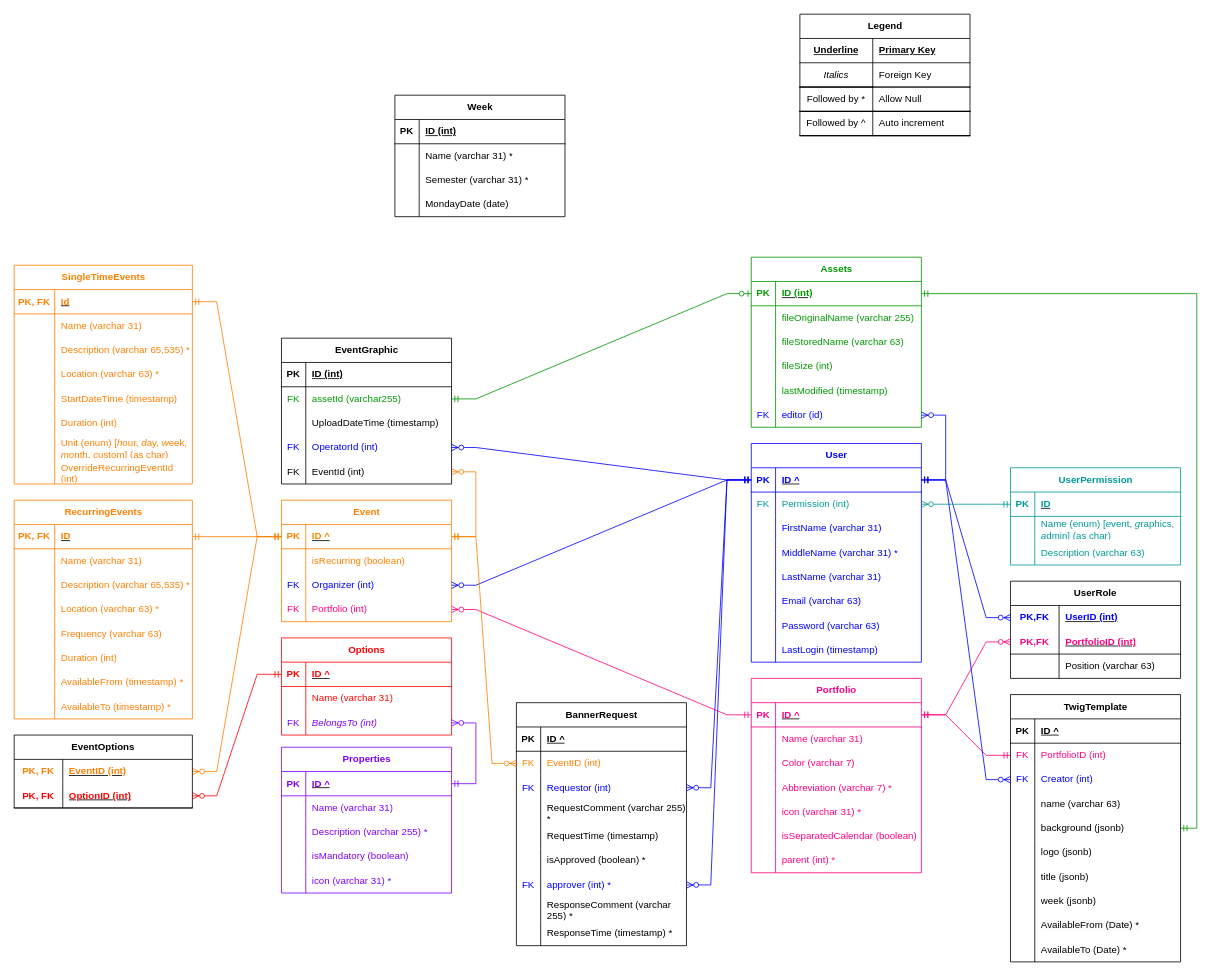
Above: design/eTWIG.ER.drawio in stewebb/eTWIG (draw.io), before the change. Source tidied: cells renumbered, new cells numbered last; positions are measured from the earlier drawing's top-left corner, leaving out a move shared by most shapes. Both pictures are drawn from the tidied source at 81%, with x=0, y=0 at pixel (14, 14).
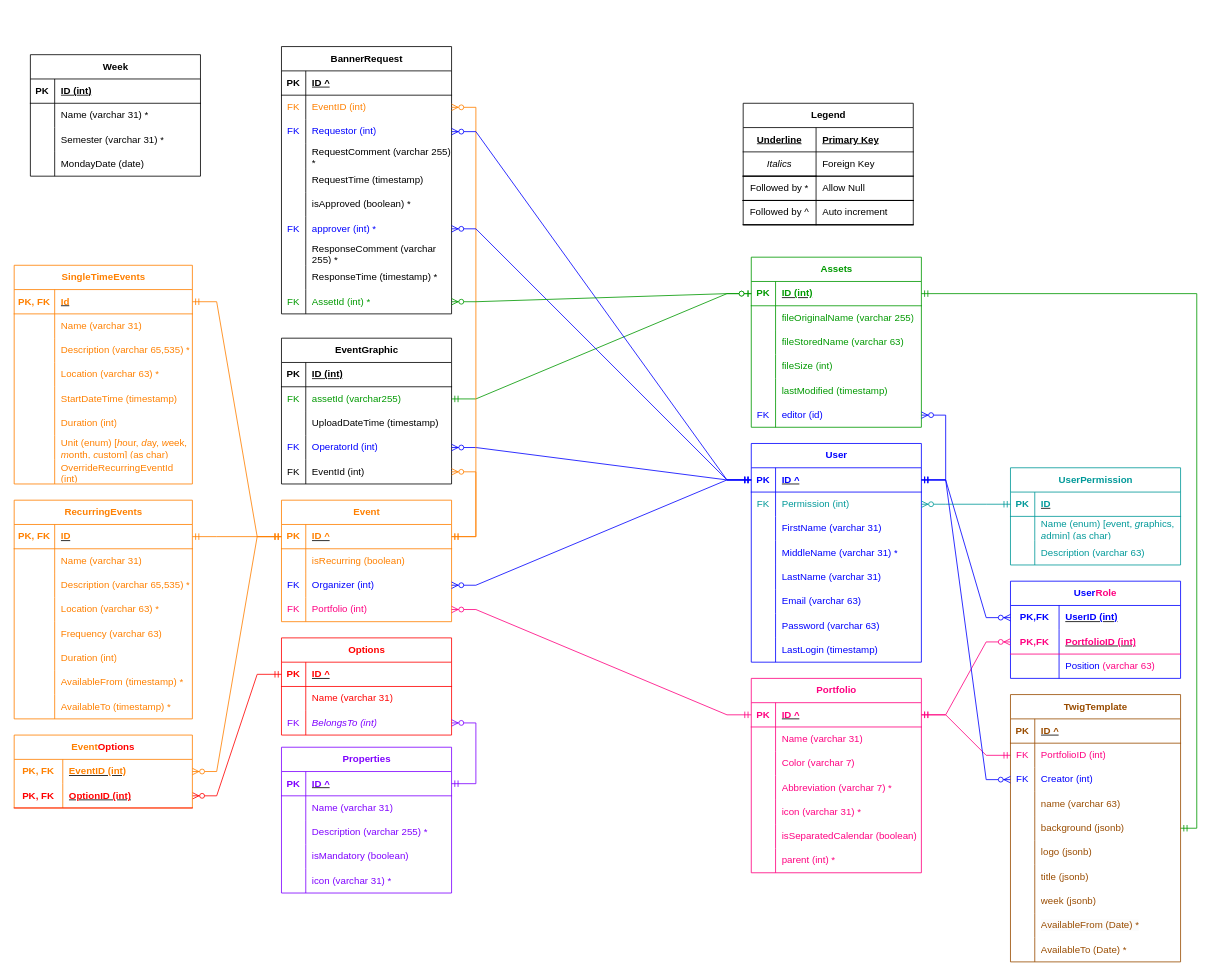
Above is the later version.

Commit message (it also covers changes not shown here):
event info on banner request page

Unchanged cells that the change refers to:
```xml
<mxCell id="172" style="shape=tableRow;horizontal=0;startSize=0;swimlaneHead=0;swimlaneBody=0;fillColor=none;points=[[0,0.5],[1,0.5]];portConstraint=eastwest;top=0;left=0;right=0;bottom=1;strokeColor=#FF8000;" parent="171" vertex="1">
  <mxGeometry y="30" width="210" height="30" as="geometry" />
</mxCell>
<mxCell id="220" style="shape=tableRow;horizontal=0;startSize=0;swimlaneHead=0;swimlaneBody=0;fillColor=none;points=[[0,0.5],[1,0.5]];portConstraint=eastwest;top=0;left=0;right=0;bottom=1;strokeColor=#009900;" parent="219" vertex="1">
  <mxGeometry y="30" width="210" height="30" as="geometry" />
</mxCell>
<mxCell id="246" style="shape=tableRow;horizontal=0;startSize=0;swimlaneHead=0;swimlaneBody=0;fillColor=none;points=[[0,0.5],[1,0.5]];portConstraint=eastwest;top=0;left=0;right=0;bottom=0;" parent="242" vertex="1">
  <mxGeometry y="60" width="210" height="30" as="geometry" />
</mxCell>
<mxCell id="252" style="shape=tableRow;horizontal=0;startSize=0;swimlaneHead=0;swimlaneBody=0;fillColor=none;top=0;left=0;right=0;bottom=0;" parent="242" vertex="1">
  <mxGeometry y="120" width="210" height="30" as="geometry" />
</mxCell>
<mxCell id="255" style="shape=tableRow;horizontal=0;startSize=0;swimlaneHead=0;swimlaneBody=0;fillColor=none;points=[[0,0.5],[1,0.5]];portConstraint=eastwest;top=0;left=0;right=0;bottom=0;" parent="242" vertex="1">
  <mxGeometry y="150" width="210" height="30" as="geometry" />
</mxCell>
<mxCell id="258" style="shape=tableRow;horizontal=0;startSize=0;swimlaneHead=0;swimlaneBody=0;fillColor=none;top=0;left=0;right=0;bottom=0;" parent="242" vertex="1">
  <mxGeometry y="180" width="210" height="30" as="geometry" />
</mxCell>
<mxCell id="261" style="shape=tableRow;horizontal=0;startSize=0;swimlaneHead=0;swimlaneBody=0;fillColor=none;top=0;left=0;right=0;bottom=0;" parent="242" vertex="1">
  <mxGeometry y="210" width="210" height="30" as="geometry" />
</mxCell>
<mxCell id="264" style="shape=tableRow;horizontal=0;startSize=0;swimlaneHead=0;swimlaneBody=0;fillColor=none;top=0;left=0;right=0;bottom=0;" parent="242" vertex="1">
  <mxGeometry y="240" width="210" height="30" as="geometry" />
</mxCell>
<mxCell id="267" style="shape=tableRow;horizontal=0;startSize=0;swimlaneHead=0;swimlaneBody=0;fillColor=none;top=0;left=0;right=0;bottom=0;" parent="242" vertex="1">
  <mxGeometry y="270" width="210" height="30" as="geometry" />
</mxCell>
<mxCell id="270" style="shape=tableRow;horizontal=0;startSize=0;swimlaneHead=0;swimlaneBody=0;fillColor=none;top=0;left=0;right=0;bottom=0;" parent="242" vertex="1">
  <mxGeometry y="300" width="210" height="30" as="geometry" />
</mxCell>
<mxCell id="278" style="shape=tableRow;horizontal=0;startSize=0;swimlaneHead=0;swimlaneBody=0;fillColor=none;points=[[0,0.5],[1,0.5]];portConstraint=eastwest;top=0;left=0;right=0;bottom=0;" parent="274" vertex="1">
  <mxGeometry y="60" width="210" height="30" as="geometry" />
</mxCell>
```

The edit, as a diff of the source:
```diff
@@
     <mxCell id="2" value="Week" style="shape=table;startSize=30;childLayout=tableLayout;rowLines=0;fontStyle=1;align=center;html=1;" parent="1" vertex="1">
-      <mxGeometry x="470" y="100" width="210" height="150" as="geometry" />
+      <mxGeometry x="20" y="50" width="210" height="150" as="geometry" />
     </mxCell>
@@
     <mxCell id="37" value="Legend" style="shape=table;startSize=30;childLayout=tableLayout;rowLines=0;fontStyle=1;align=center;html=1;swimlaneLine=1;" parent="1" vertex="1">
-      <mxGeometry x="970" width="210" height="150" as="geometry" />
+      <mxGeometry x="900" y="110" width="210" height="150" as="geometry" />
     </mxCell>
@@
-    <mxCell id="163" value="EventOptions" style="shape=table;startSize=30;childLayout=tableLayout;rowLines=0;fontStyle=1;align=center;html=1;whiteSpace=wrap;" parent="1" vertex="1">
+    <mxCell id="163" value="&lt;font color=&quot;#ff8000&quot;&gt;Event&lt;/font&gt;&lt;font color=&quot;#ff0000&quot;&gt;Options&lt;/font&gt;" style="shape=table;startSize=30;childLayout=tableLayout;rowLines=0;fontStyle=1;align=center;html=1;whiteSpace=wrap;strokeColor=#FF8000;" parent="1" vertex="1">
       <mxGeometry y="890" width="220" height="90" as="geometry" />
     </mxCell>
@@
-    <mxCell id="167" style="shape=tableRow;horizontal=0;startSize=0;swimlaneHead=0;swimlaneBody=0;fillColor=none;points=[[0,0.5],[1,0.5]];portConstraint=eastwest;top=0;left=0;right=0;bottom=1;html=1;" parent="163" vertex="1">
+    <mxCell id="167" style="shape=tableRow;horizontal=0;startSize=0;swimlaneHead=0;swimlaneBody=0;fillColor=none;points=[[0,0.5],[1,0.5]];portConstraint=eastwest;top=0;left=0;right=0;bottom=1;html=1;strokeColor=#FF0000;" parent="163" vertex="1">
       <mxGeometry y="60" width="220" height="30" as="geometry" />
     </mxCell>
@@
-    <mxCell id="169" value="&lt;font color=&quot;#ff0000&quot;&gt;OptionID (int)&lt;/font&gt;" style="shape=partialRectangle;fillColor=none;top=0;left=0;bottom=0;right=0;align=left;spacingLeft=6;fontStyle=5;overflow=hidden;html=1;whiteSpace=wrap;" parent="167" vertex="1">
+    <mxCell id="169" value="&lt;font color=&quot;#ff0000&quot;&gt;OptionID (int)&lt;/font&gt;" style="shape=partialRectangle;fillColor=none;top=0;left=0;bottom=0;right=0;align=left;spacingLeft=6;fontStyle=5;overflow=hidden;html=1;whiteSpace=wrap;strokeColor=#FF0000;" parent="167" vertex="1">
       <mxGeometry x="60" width="160" height="30" as="geometry" />
     </mxCell>
@@
-    <mxCell id="188" value="UserRole" style="shape=table;startSize=30;childLayout=tableLayout;rowLines=0;fontStyle=1;align=center;html=1;whiteSpace=wrap;" parent="1" vertex="1">
+    <mxCell id="188" value="&lt;font color=&quot;#0000ff&quot;&gt;User&lt;/font&gt;&lt;font color=&quot;#ff0080&quot;&gt;Role&lt;/font&gt;" style="shape=table;startSize=30;childLayout=tableLayout;rowLines=0;fontStyle=1;align=center;html=1;whiteSpace=wrap;strokeColor=#0000FF;" parent="1" vertex="1">
       <mxGeometry x="1230" y="700" width="210" height="120" as="geometry" />
     </mxCell>
@@
-    <mxCell id="192" style="shape=tableRow;horizontal=0;startSize=0;swimlaneHead=0;swimlaneBody=0;fillColor=none;points=[[0,0.5],[1,0.5]];portConstraint=eastwest;top=0;left=0;right=0;bottom=1;html=1;" parent="188" vertex="1">
+    <mxCell id="192" style="shape=tableRow;horizontal=0;startSize=0;swimlaneHead=0;swimlaneBody=0;fillColor=none;points=[[0,0.5],[1,0.5]];portConstraint=eastwest;top=0;left=0;right=0;bottom=1;html=1;strokeColor=#FF0080;" parent="188" vertex="1">
       <mxGeometry y="60" width="210" height="30" as="geometry" />
     </mxCell>
@@
-    <mxCell id="195" style="shape=tableRow;horizontal=0;startSize=0;swimlaneHead=0;swimlaneBody=0;fillColor=none;top=0;left=0;right=0;bottom=0;html=1;" parent="188" vertex="1">
+    <mxCell id="195" style="shape=tableRow;horizontal=0;startSize=0;swimlaneHead=0;swimlaneBody=0;fillColor=none;top=0;left=0;right=0;bottom=0;html=1;strokeColor=#FF0080;" parent="188" vertex="1">
       <mxGeometry y="90" width="210" height="30" as="geometry" />
     </mxCell>
@@
-    <mxCell id="197" value="Position (varchar 63)" style="shape=partialRectangle;fillColor=none;top=0;left=0;bottom=0;right=0;align=left;spacingLeft=6;overflow=hidden;html=1;whiteSpace=wrap;" parent="195" vertex="1">
+    <mxCell id="197" value="&lt;font color=&quot;#0000ff&quot;&gt;Position&lt;/font&gt;&lt;font color=&quot;#ff0080&quot;&gt; (varchar 63)&lt;/font&gt;" style="shape=partialRectangle;fillColor=none;top=0;left=0;bottom=0;right=0;align=left;spacingLeft=6;overflow=hidden;html=1;whiteSpace=wrap;strokeColor=#FF0080;" parent="195" vertex="1">
       <mxGeometry x="60" width="150" height="30" as="geometry" />
     </mxCell>
@@
-    <mxCell id="242" value="TwigTemplate" style="shape=table;startSize=30;childLayout=tableLayout;rowLines=0;fontStyle=1;align=center;html=1;" parent="1" vertex="1">
+    <mxCell id="242" value="&lt;font color=&quot;#994c00&quot;&gt;TwigTemplate&lt;/font&gt;" style="shape=table;startSize=30;childLayout=tableLayout;rowLines=0;fontStyle=1;align=center;html=1;strokeColor=#994C00;" parent="1" vertex="1">
       <mxGeometry x="1230" y="840" width="210" height="330" as="geometry" />
     </mxCell>
-    <mxCell id="243" style="shape=tableRow;horizontal=0;startSize=0;swimlaneHead=0;swimlaneBody=0;fillColor=none;top=0;left=0;right=0;bottom=1;" parent="242" vertex="1">
+    <mxCell id="243" style="shape=tableRow;horizontal=0;startSize=0;swimlaneHead=0;swimlaneBody=0;fillColor=none;top=0;left=0;right=0;bottom=1;strokeColor=#994C00;" parent="242" vertex="1">
       <mxGeometry y="30" width="210" height="30" as="geometry" />
     </mxCell>
-    <mxCell id="244" value="PK" style="shape=partialRectangle;fillColor=none;top=0;left=0;bottom=0;right=0;fontStyle=1;overflow=hidden;whiteSpace=wrap;html=1;" parent="243" vertex="1">
+    <mxCell id="244" value="&lt;font color=&quot;#994c00&quot;&gt;PK&lt;/font&gt;" style="shape=partialRectangle;fillColor=none;top=0;left=0;bottom=0;right=0;fontStyle=1;overflow=hidden;whiteSpace=wrap;html=1;" parent="243" vertex="1">
       <mxGeometry width="30" height="30" as="geometry" />
     </mxCell>
-    <mxCell id="245" value="ID ^" style="shape=partialRectangle;fillColor=none;top=0;left=0;bottom=0;right=0;align=left;spacingLeft=6;fontStyle=5;overflow=hidden;whiteSpace=wrap;html=1;" parent="243" vertex="1">
+    <mxCell id="245" value="&lt;font color=&quot;#994c00&quot;&gt;ID ^&lt;/font&gt;" style="shape=partialRectangle;fillColor=none;top=0;left=0;bottom=0;right=0;align=left;spacingLeft=6;fontStyle=5;overflow=hidden;whiteSpace=wrap;html=1;strokeColor=#994C00;" parent="243" vertex="1">
       <mxGeometry x="30" width="180" height="30" as="geometry" />
     </mxCell>
@@
-    <mxCell id="248" value="&lt;font color=&quot;#ff0080&quot;&gt;PortfolioID (int)&lt;/font&gt;" style="shape=partialRectangle;fillColor=none;top=0;left=0;bottom=0;right=0;align=left;spacingLeft=6;overflow=hidden;whiteSpace=wrap;html=1;" parent="246" vertex="1">
+    <mxCell id="248" value="&lt;font color=&quot;#ff0080&quot;&gt;PortfolioID (int)&lt;/font&gt;" style="shape=partialRectangle;fillColor=none;top=0;left=0;bottom=0;right=0;align=left;spacingLeft=6;overflow=hidden;whiteSpace=wrap;html=1;strokeColor=#994C00;" parent="246" vertex="1">
       <mxGeometry x="30" width="180" height="30" as="geometry" />
     </mxCell>
@@
-    <mxCell id="254" value="name (varchar 63)" style="shape=partialRectangle;fillColor=none;top=0;left=0;bottom=0;right=0;align=left;spacingLeft=6;overflow=hidden;whiteSpace=wrap;html=1;" parent="252" vertex="1">
+    <mxCell id="254" value="&lt;font color=&quot;#994c00&quot;&gt;name (varchar 63)&lt;/font&gt;" style="shape=partialRectangle;fillColor=none;top=0;left=0;bottom=0;right=0;align=left;spacingLeft=6;overflow=hidden;whiteSpace=wrap;html=1;" parent="252" vertex="1">
       <mxGeometry x="30" width="180" height="30" as="geometry" />
     </mxCell>
@@
-    <mxCell id="257" value="background (jsonb)" style="shape=partialRectangle;fillColor=none;top=0;left=0;bottom=0;right=0;align=left;spacingLeft=6;overflow=hidden;whiteSpace=wrap;html=1;" parent="255" vertex="1">
+    <mxCell id="257" value="&lt;font color=&quot;#994c00&quot;&gt;background (jsonb)&lt;/font&gt;" style="shape=partialRectangle;fillColor=none;top=0;left=0;bottom=0;right=0;align=left;spacingLeft=6;overflow=hidden;whiteSpace=wrap;html=1;" parent="255" vertex="1">
       <mxGeometry x="30" width="180" height="30" as="geometry" />
     </mxCell>
@@
-    <mxCell id="260" value="logo (jsonb)" style="shape=partialRectangle;fillColor=none;top=0;left=0;bottom=0;right=0;align=left;spacingLeft=6;overflow=hidden;whiteSpace=wrap;html=1;" parent="258" vertex="1">
+    <mxCell id="260" value="&lt;font color=&quot;#994c00&quot;&gt;logo (jsonb)&lt;/font&gt;" style="shape=partialRectangle;fillColor=none;top=0;left=0;bottom=0;right=0;align=left;spacingLeft=6;overflow=hidden;whiteSpace=wrap;html=1;" parent="258" vertex="1">
       <mxGeometry x="30" width="180" height="30" as="geometry" />
     </mxCell>
@@
-    <mxCell id="263" value="title (jsonb)" style="shape=partialRectangle;fillColor=none;top=0;left=0;bottom=0;right=0;align=left;spacingLeft=6;overflow=hidden;whiteSpace=wrap;html=1;" parent="261" vertex="1">
+    <mxCell id="263" value="&lt;font color=&quot;#994c00&quot;&gt;title (jsonb)&lt;/font&gt;" style="shape=partialRectangle;fillColor=none;top=0;left=0;bottom=0;right=0;align=left;spacingLeft=6;overflow=hidden;whiteSpace=wrap;html=1;" parent="261" vertex="1">
       <mxGeometry x="30" width="180" height="30" as="geometry" />
     </mxCell>
@@
-    <mxCell id="266" value="week (jsonb)" style="shape=partialRectangle;fillColor=none;top=0;left=0;bottom=0;right=0;align=left;spacingLeft=6;overflow=hidden;whiteSpace=wrap;html=1;" parent="264" vertex="1">
+    <mxCell id="266" value="&lt;font color=&quot;#994c00&quot;&gt;week (jsonb)&lt;/font&gt;" style="shape=partialRectangle;fillColor=none;top=0;left=0;bottom=0;right=0;align=left;spacingLeft=6;overflow=hidden;whiteSpace=wrap;html=1;" parent="264" vertex="1">
       <mxGeometry x="30" width="180" height="30" as="geometry" />
     </mxCell>
@@
-    <mxCell id="269" value="&lt;span style=&quot;color: rgb(0, 0, 0); font-family: Helvetica; font-size: 12px; font-style: normal; font-variant-ligatures: normal; font-variant-caps: normal; font-weight: 400; letter-spacing: normal; orphans: 2; text-align: left; text-indent: 0px; text-transform: none; widows: 2; word-spacing: 0px; -webkit-text-stroke-width: 0px; background-color: rgb(251, 251, 251); text-decoration-thickness: initial; text-decoration-style: initial; text-decoration-color: initial; float: none; display: inline !important;&quot;&gt;AvailableFrom (Date) *&lt;/span&gt;" style="shape=partialRectangle;fillColor=none;top=0;left=0;bottom=0;right=0;align=left;spacingLeft=6;overflow=hidden;whiteSpace=wrap;html=1;" parent="267" vertex="1">
+    <mxCell id="269" value="&lt;span style=&quot;font-family: Helvetica; font-size: 12px; font-style: normal; font-variant-ligatures: normal; font-variant-caps: normal; font-weight: 400; letter-spacing: normal; orphans: 2; text-align: left; text-indent: 0px; text-transform: none; widows: 2; word-spacing: 0px; -webkit-text-stroke-width: 0px; background-color: rgb(251, 251, 251); text-decoration-thickness: initial; text-decoration-style: initial; text-decoration-color: initial; float: none; display: inline !important;&quot;&gt;&lt;font color=&quot;#994c00&quot;&gt;AvailableFrom (Date) *&lt;/font&gt;&lt;/span&gt;" style="shape=partialRectangle;fillColor=none;top=0;left=0;bottom=0;right=0;align=left;spacingLeft=6;overflow=hidden;whiteSpace=wrap;html=1;" parent="267" vertex="1">
       <mxGeometry x="30" width="180" height="30" as="geometry" />
     </mxCell>
@@
-    <mxCell id="272" value="AvailableTo (Date) *" style="shape=partialRectangle;fillColor=none;top=0;left=0;bottom=0;right=0;align=left;spacingLeft=6;overflow=hidden;whiteSpace=wrap;html=1;" parent="270" vertex="1">
+    <mxCell id="272" value="&lt;font color=&quot;#994c00&quot;&gt;AvailableTo (Date) *&lt;/font&gt;" style="shape=partialRectangle;fillColor=none;top=0;left=0;bottom=0;right=0;align=left;spacingLeft=6;overflow=hidden;whiteSpace=wrap;html=1;" parent="270" vertex="1">
       <mxGeometry x="30" width="180" height="30" as="geometry" />
     </mxCell>
@@
     <mxCell id="274" value="BannerRequest" style="shape=table;startSize=30;childLayout=tableLayout;rowLines=0;fontStyle=1;align=center;html=1;" parent="1" vertex="1">
-      <mxGeometry x="620" y="850" width="210" height="300" as="geometry" />
+      <mxGeometry x="330" y="40" width="210" height="330" as="geometry" />
     </mxCell>
@@
+    <mxCell id="305" style="shape=tableRow;horizontal=0;startSize=0;swimlaneHead=0;swimlaneBody=0;fillColor=none;points=[[0,0.5],[1,0.5]];portConstraint=eastwest;top=0;left=0;right=0;bottom=0;" parent="274" vertex="1">
+      <mxGeometry y="300" width="210" height="30" as="geometry" />
+    </mxCell>
+    <mxCell id="306" value="&lt;font color=&quot;#009900&quot;&gt;FK&lt;/font&gt;" style="shape=partialRectangle;fillColor=none;top=0;left=0;bottom=0;right=0;overflow=hidden;whiteSpace=wrap;html=1;" parent="305" vertex="1">
+      <mxGeometry width="30" height="30" as="geometry" />
+    </mxCell>
+    <mxCell id="307" value="&lt;font color=&quot;#009900&quot;&gt;AssetId (int) *&lt;/font&gt;" style="shape=partialRectangle;fillColor=none;top=0;left=0;bottom=0;right=0;align=left;spacingLeft=6;overflow=hidden;whiteSpace=wrap;html=1;" parent="305" vertex="1">
+      <mxGeometry x="30" width="180" height="30" as="geometry" />
+    </mxCell>
-    <mxCell id="302" style="edgeStyle=entityRelationEdgeStyle;fontSize=12;html=1;endArrow=ERzeroToMany;startArrow=ERmandOne;rounded=0;exitX=1;exitY=0.5;exitDx=0;exitDy=0;entryX=0;entryY=0.5;entryDx=0;entryDy=0;strokeColor=#FF8000;" parent="1" edge="1" source="172" target="278">
+    <mxCell id="302" style="edgeStyle=entityRelationEdgeStyle;fontSize=12;html=1;endArrow=ERzeroToMany;startArrow=ERmandOne;rounded=0;exitX=1;exitY=0.5;exitDx=0;exitDy=0;entryX=1;entryY=0.5;entryDx=0;entryDy=0;strokeColor=#FF8000;" parent="1" edge="1" source="172" target="278">
       <mxGeometry relative="1" as="geometry" />
     </mxCell>
@@
+    <mxCell id="308" style="edgeStyle=entityRelationEdgeStyle;fontSize=12;html=1;endArrow=ERzeroToMany;startArrow=ERzeroToOne;rounded=0;exitX=0;exitY=0.5;exitDx=0;exitDy=0;entryX=1;entryY=0.5;entryDx=0;entryDy=0;strokeColor=#009900;" parent="1" edge="1" source="220" target="305">
+      <mxGeometry relative="1" as="geometry" />
+    </mxCell>
```
